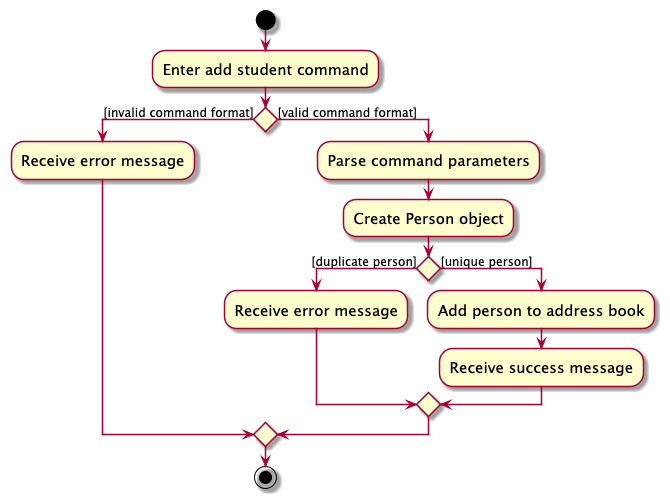
The PlantUML diagram docs/images/AddPersonActivityDiagram.png in nus-cs2103-AY2425S1/tp, before a commit.
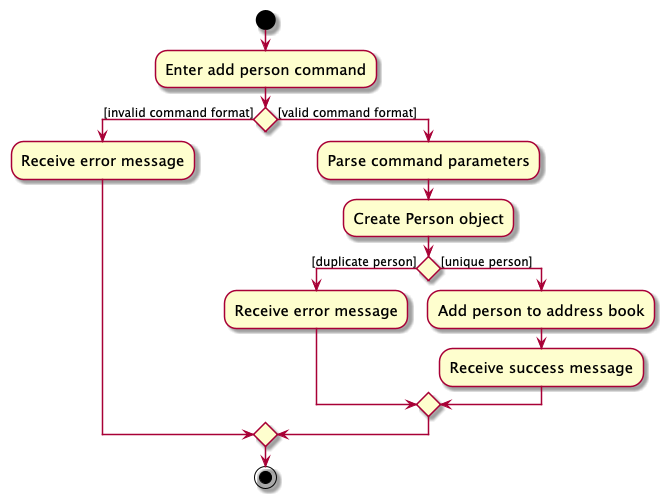
Later version of the same file.

Commit message:
Correct activity diagrams in dg Closes #253

Diff of the diagram source:
```diff
@@ -3,7 +3,7 @@
 skinparam ActivityFontSize 15
 skinparam ArrowFontSize 12
 start
-:Enter add student command;
+:Enter add person command;
 
 
 if () then ([invalid command format])
```
